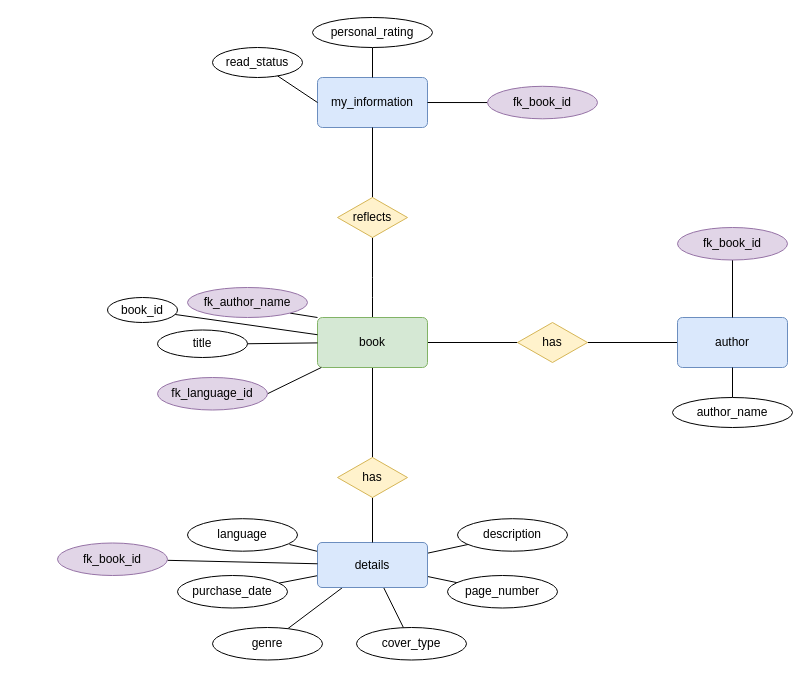
VikaLee1/Database_Day1 keeps this draw.io diagram as page "Step2- ER Model" (2 of 4) of Viktoria/home_library.drawio. Above is the earlier version. Source tidied: cells renumbered, new cells numbered last; positions are measured from the earlier drawing's top-left corner, leaving out a move shared by most shapes. Both pictures are drawn from the tidied source at 100%, with x=0, y=0 at pixel (57, 17).
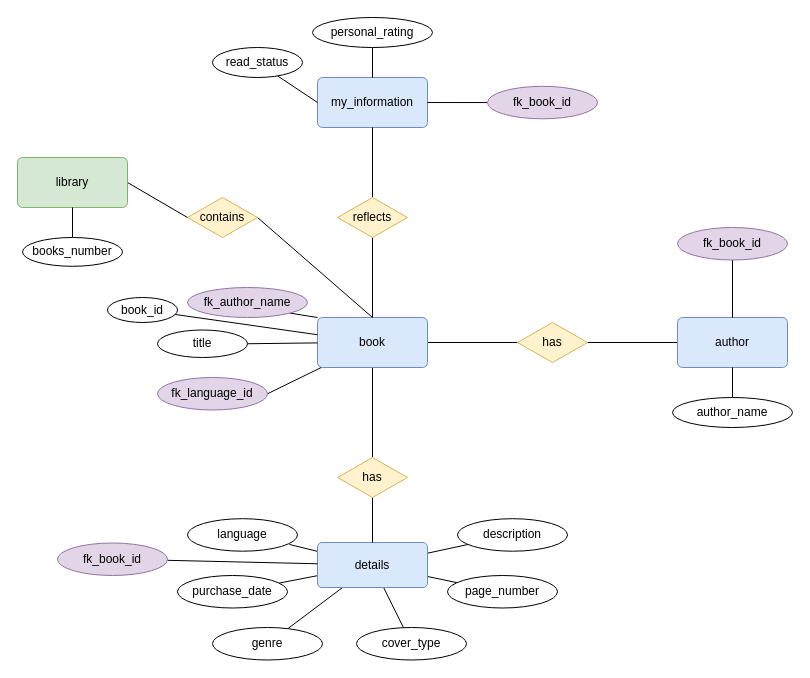
The same page after the edit.

Commit message (it also covers changes not shown here):
library and auction

Unchanged cells that the change refers to:
```xml
<mxCell id="21" value="reflects" style="shape=rhombus;perimeter=rhombusPerimeter;whiteSpace=wrap;html=1;align=center;fillColor=#fff2cc;strokeColor=#d6b656;" parent="1" vertex="1">
  <mxGeometry x="280" y="180" width="70" height="40" as="geometry" />
</mxCell>
```

What changed in the source:
```diff
@@
+    <mxCell id="48" style="edgeStyle=none;rounded=1;html=1;startArrow=none;startFill=0;endArrow=none;endFill=0;strokeColor=default;" parent="1" edge="1" source="6" target="21">
+      <mxGeometry relative="1" as="geometry" />
+    </mxCell>
-    <mxCell id="6" value="book" style="rounded=1;arcSize=10;whiteSpace=wrap;html=1;align=center;fillColor=#d5e8d4;strokeColor=#82b366;" parent="1" vertex="1">
+    <mxCell id="6" value="book" style="rounded=1;arcSize=10;whiteSpace=wrap;html=1;align=center;fillColor=#dae8fc;strokeColor=#6c8ebf;" parent="1" vertex="1">
       <mxGeometry x="260" y="300" width="110" height="50" as="geometry" />
     </mxCell>
@@
+    <mxCell id="49" style="rounded=1;html=1;entryX=0;entryY=0.5;entryDx=0;entryDy=0;startArrow=none;startFill=0;endArrow=none;endFill=0;strokeColor=default;exitX=1;exitY=0.5;exitDx=0;exitDy=0;" parent="1" edge="1" source="50" target="54">
+      <mxGeometry relative="1" as="geometry" />
+    </mxCell>
+    <mxCell id="50" value="library" style="rounded=1;arcSize=10;whiteSpace=wrap;html=1;align=center;fillColor=#d5e8d4;strokeColor=#82b366;" parent="1" vertex="1">
+      <mxGeometry x="-40" y="140" width="110" height="50" as="geometry" />
+    </mxCell>
+    <mxCell id="51" style="edgeStyle=orthogonalEdgeStyle;rounded=1;html=1;startArrow=none;startFill=0;endArrow=none;endFill=0;strokeColor=default;" parent="1" edge="1" source="52" target="50">
+      <mxGeometry relative="1" as="geometry" />
+    </mxCell>
+    <mxCell id="52" value="books_number" style="ellipse;whiteSpace=wrap;html=1;align=center;" parent="1" vertex="1">
+      <mxGeometry x="-35" y="220" width="100" height="28.8" as="geometry" />
+    </mxCell>
+    <mxCell id="53" style="edgeStyle=none;rounded=1;html=1;entryX=0.5;entryY=0;entryDx=0;entryDy=0;startArrow=none;startFill=0;endArrow=none;endFill=0;strokeColor=default;exitX=1;exitY=0.5;exitDx=0;exitDy=0;" parent="1" edge="1" source="54" target="6">
+      <mxGeometry relative="1" as="geometry" />
+    </mxCell>
+    <mxCell id="54" value="contains" style="shape=rhombus;perimeter=rhombusPerimeter;whiteSpace=wrap;html=1;align=center;fillColor=#fff2cc;strokeColor=#d6b656;" parent="1" vertex="1">
+      <mxGeometry x="130" y="180" width="70" height="40" as="geometry" />
+    </mxCell>
```
